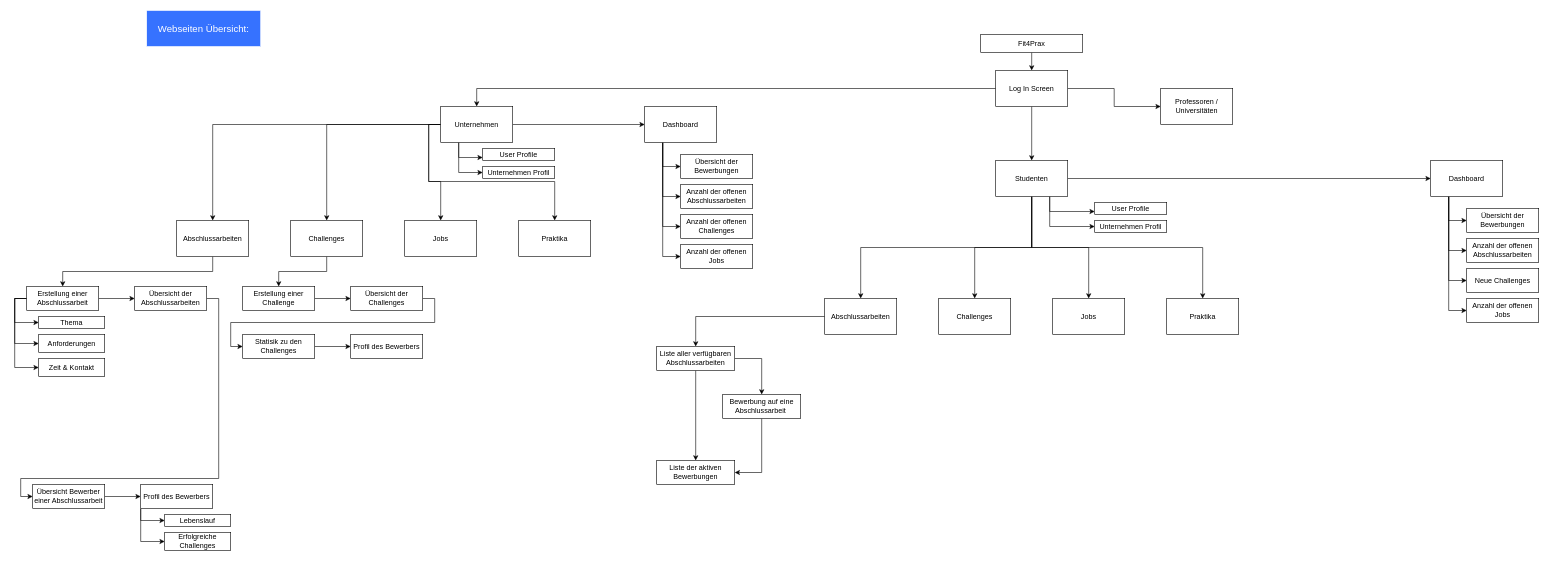
Earlier version of the draw.io diagram Untitled Diagram.drawio (Stephan187/Tests). Source tidied: cells renumbered, new cells numbered last; positions are measured from the earlier drawing's top-left corner, leaving out a move shared by most shapes. Both pictures are drawn from the tidied source at 60%, with x=0, y=0 at pixel (20, 10).
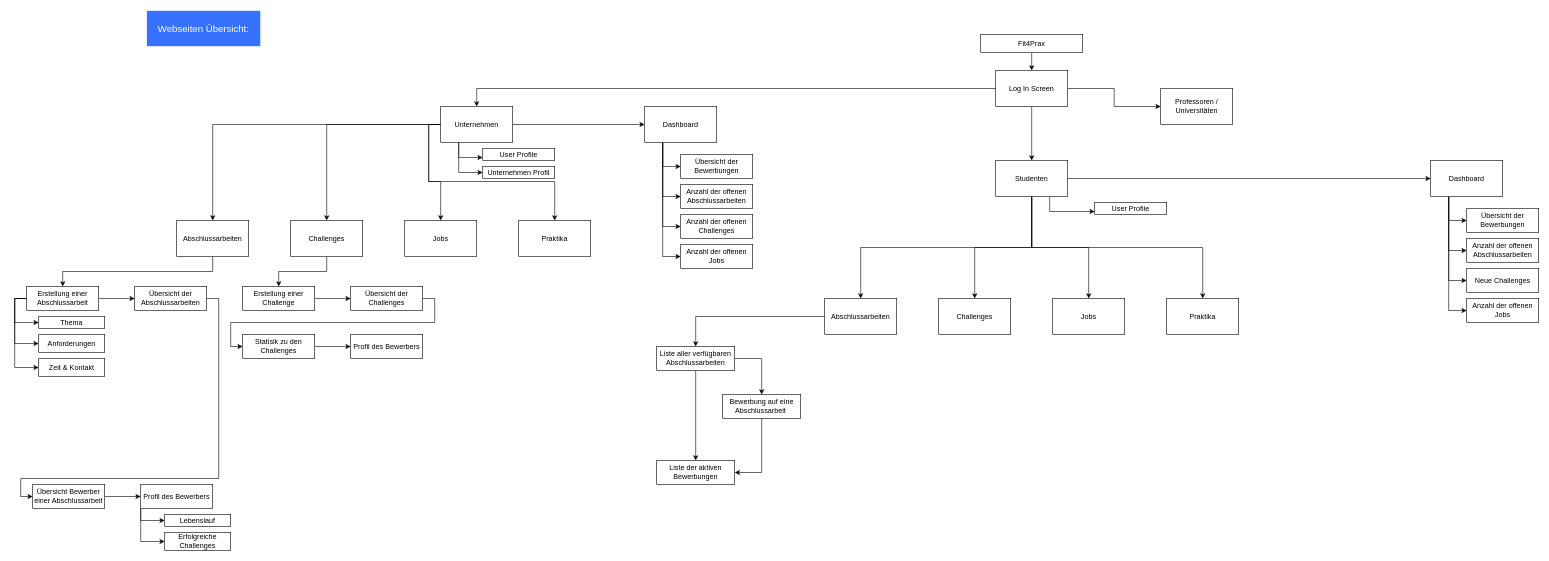
The same diagram, later.

Commit message:
Site Overview

The change refers to these unchanged cells:
```xml
<mxCell id="23" value="Studenten" style="rounded=0;whiteSpace=wrap;html=1;" parent="1" vertex="1">
  <mxGeometry x="1625" y="250" width="120" height="60" as="geometry" />
</mxCell>
```

Change to the diagram source:
```diff
@@
-    <mxCell id="18" style="edgeStyle=orthogonalEdgeStyle;rounded=0;jettySize=auto;html=1;exitX=0.75;exitY=1;exitDx=0;exitDy=0;entryX=0;entryY=0.5;entryDx=0;entryDy=0;" parent="1" edge="1" source="23" target="77">
-      <mxGeometry relative="1" as="geometry" />
-    </mxCell>
@@
-    <mxCell id="77" value="Unternehmen Profil" style="rounded=0;whiteSpace=wrap;html=1;" parent="1" vertex="1">
-      <mxGeometry x="1790" y="350" width="120" height="20" as="geometry" />
-    </mxCell>
```
